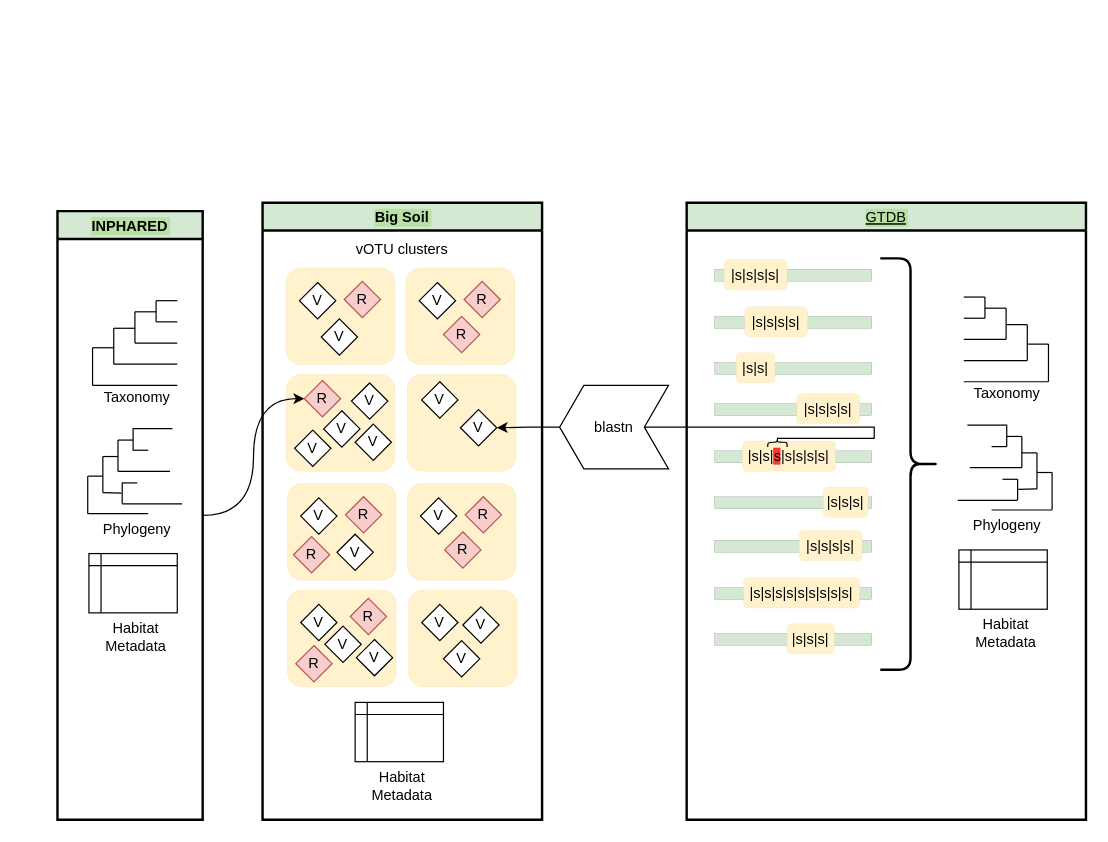
ryneches/soilvirome keeps this draw.io diagram as SoilVirome(1).drawio. Above is the earlier version. Source tidied: cells renumbered, new cells numbered last; positions are measured from the earlier drawing's top-left corner, leaving out a move shared by most shapes. Both pictures are drawn from the tidied source at 121%, with x=0, y=0 at pixel (57, 202).
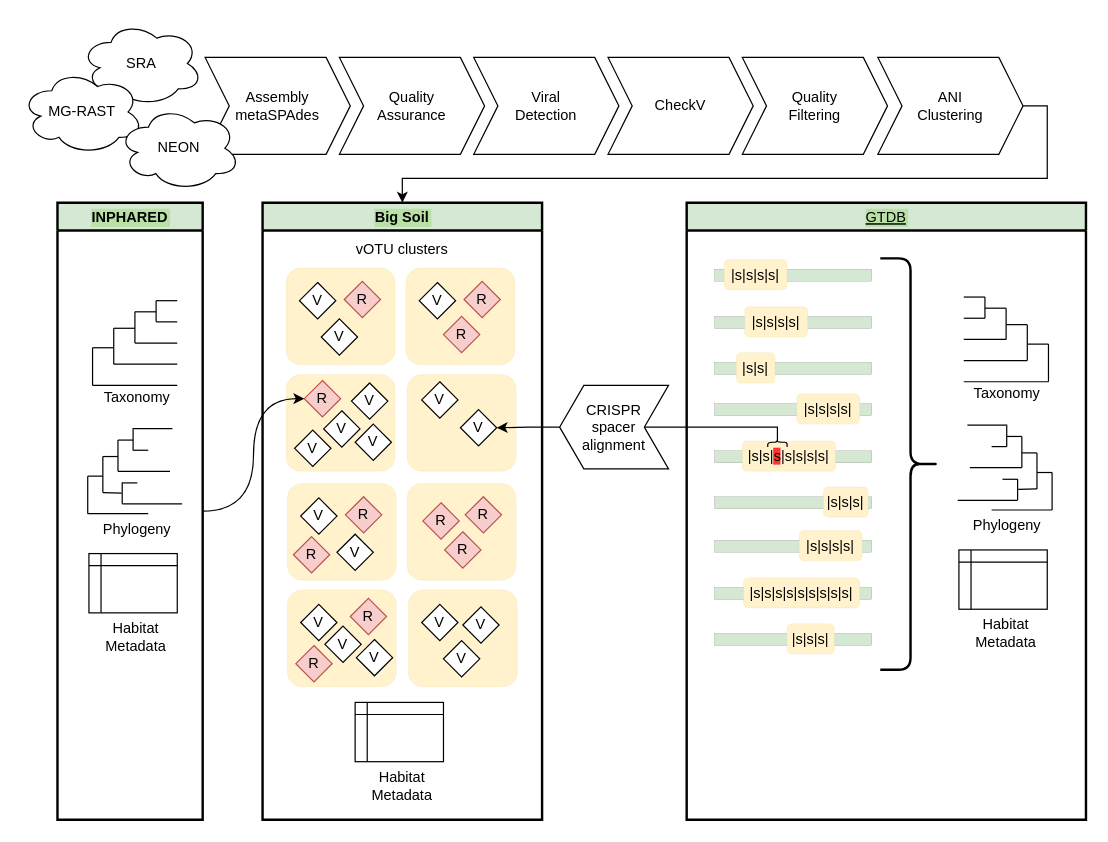
The same diagram, later.

The change refers to these unchanged cells:
```xml
<mxCell id="91" style="shape=curlyBracket;whiteSpace=wrap;html=1;rounded=1;flipH=1;labelBackgroundColor=#FF3333;direction=south;size=0.5;" parent="1" vertex="1">
  <mxGeometry x="587" y="194" width="16" height="8" as="geometry" />
</mxCell>
<mxCell id="130" value="Big Soil" style="swimlane;labelBackgroundColor=#B9E0A5;strokeWidth=2;fillColor=#D5E8D4;" parent="1" vertex="1">
  <mxGeometry x="169.5" width="231" height="510" as="geometry" />
</mxCell>
```

Change to the diagram source:
```diff
@@
     <mxCell id="35" value="INPHARED" style="swimlane;labelBackgroundColor=#B9E0A5;strokeWidth=2;fillColor=#D5E8D4;" parent="1" vertex="1">
-      <mxGeometry y="7" width="120" height="503" as="geometry" />
+      <mxGeometry width="120" height="510" as="geometry" />
     </mxCell>
-    <mxCell id="36" value="blastn" style="shape=step;perimeter=stepPerimeter;whiteSpace=wrap;html=1;fixedSize=1;flipH=1;" parent="1" vertex="1">
+    <mxCell id="36" value="&lt;div&gt;CRISPR&lt;/div&gt;&lt;div&gt;spacer&lt;/div&gt;&lt;div&gt;alignment&lt;br&gt;&lt;/div&gt;" style="shape=step;perimeter=stepPerimeter;whiteSpace=wrap;html=1;fixedSize=1;flipH=1;" parent="1" vertex="1">
       <mxGeometry x="415" y="151" width="90" height="69" as="geometry" />
     </mxCell>
@@
     <mxCell id="90" style="edgeStyle=elbowEdgeStyle;rounded=0;jettySize=auto;html=1;exitX=0.1;exitY=0.5;exitDx=0;exitDy=0;exitPerimeter=0;entryX=1;entryY=0.5;entryDx=0;entryDy=0;endArrow=none;endFill=0;" parent="1" edge="1" source="91" target="36">
       <mxGeometry relative="1" as="geometry">
         <Array as="points">
-          <mxPoint x="675" y="195" />
+          <mxPoint x="595" y="180" />
         </Array>
       </mxGeometry>
     </mxCell>
@@
-    <mxCell id="116" value="V" style="rhombus;whiteSpace=wrap;html=1;" parent="1" vertex="1">
-      <mxGeometry x="300" y="244" width="30" height="30" as="geometry" />
-    </mxCell>
@@
+    <mxCell id="134" value="SRA" style="ellipse;shape=cloud;whiteSpace=wrap;html=1;" parent="1" vertex="1">
+      <mxGeometry x="19" y="-150" width="101" height="70" as="geometry" />
+    </mxCell>
+    <mxCell id="135" value="&lt;div&gt;Assembly&lt;/div&gt;&lt;div&gt;metaSPAdes&lt;br&gt;&lt;/div&gt;" style="shape=step;perimeter=stepPerimeter;whiteSpace=wrap;html=1;fixedSize=1;" parent="1" vertex="1">
+      <mxGeometry x="122" y="-120" width="120" height="80" as="geometry" />
+    </mxCell>
+    <mxCell id="136" value="&lt;div&gt;Quality&lt;/div&gt;&lt;div&gt;Assurance&lt;/div&gt;" style="shape=step;perimeter=stepPerimeter;whiteSpace=wrap;html=1;fixedSize=1;" parent="1" vertex="1">
+      <mxGeometry x="233" y="-120" width="120" height="80" as="geometry" />
+    </mxCell>
+    <mxCell id="137" value="&lt;div&gt;Viral&lt;/div&gt;&lt;div&gt;Detection&lt;/div&gt;" style="shape=step;perimeter=stepPerimeter;whiteSpace=wrap;html=1;fixedSize=1;" parent="1" vertex="1">
+      <mxGeometry x="344" y="-120" width="120" height="80" as="geometry" />
+    </mxCell>
+    <mxCell id="138" value="CheckV" style="shape=step;perimeter=stepPerimeter;whiteSpace=wrap;html=1;fixedSize=1;" parent="1" vertex="1">
+      <mxGeometry x="455" y="-120" width="120" height="80" as="geometry" />
+    </mxCell>
+    <mxCell id="139" value="&lt;div&gt;Quality&lt;br&gt;&lt;/div&gt;&lt;div&gt;Filtering&lt;/div&gt;" style="shape=step;perimeter=stepPerimeter;whiteSpace=wrap;html=1;fixedSize=1;" parent="1" vertex="1">
+      <mxGeometry x="566" y="-120" width="120" height="80" as="geometry" />
+    </mxCell>
+    <mxCell id="140" style="edgeStyle=orthogonalEdgeStyle;rounded=0;jettySize=auto;html=1;exitX=1;exitY=0.5;exitDx=0;exitDy=0;entryX=0.5;entryY=0;entryDx=0;entryDy=0;" parent="1" edge="1" source="141" target="130">
+      <mxGeometry relative="1" as="geometry" />
+    </mxCell>
+    <mxCell id="141" value="&lt;div&gt;ANI&lt;/div&gt;&lt;div&gt;Clustering&lt;/div&gt;" style="shape=step;perimeter=stepPerimeter;whiteSpace=wrap;html=1;fixedSize=1;" parent="1" vertex="1">
+      <mxGeometry x="678" y="-120" width="120" height="80" as="geometry" />
+    </mxCell>
+    <mxCell id="142" value="MG-RAST" style="ellipse;shape=cloud;whiteSpace=wrap;html=1;" parent="1" vertex="1">
+      <mxGeometry x="-30" y="-110" width="101" height="70" as="geometry" />
+    </mxCell>
+    <mxCell id="143" value="NEON" style="ellipse;shape=cloud;whiteSpace=wrap;html=1;" parent="1" vertex="1">
+      <mxGeometry x="50" y="-80" width="101" height="70" as="geometry" />
+    </mxCell>
+    <mxCell id="144" value="R" style="rhombus;whiteSpace=wrap;html=1;fillColor=#f8cecc;strokeColor=#b85450;" parent="1" vertex="1">
+      <mxGeometry x="302" y="248" width="30" height="30" as="geometry" />
+    </mxCell>
```
